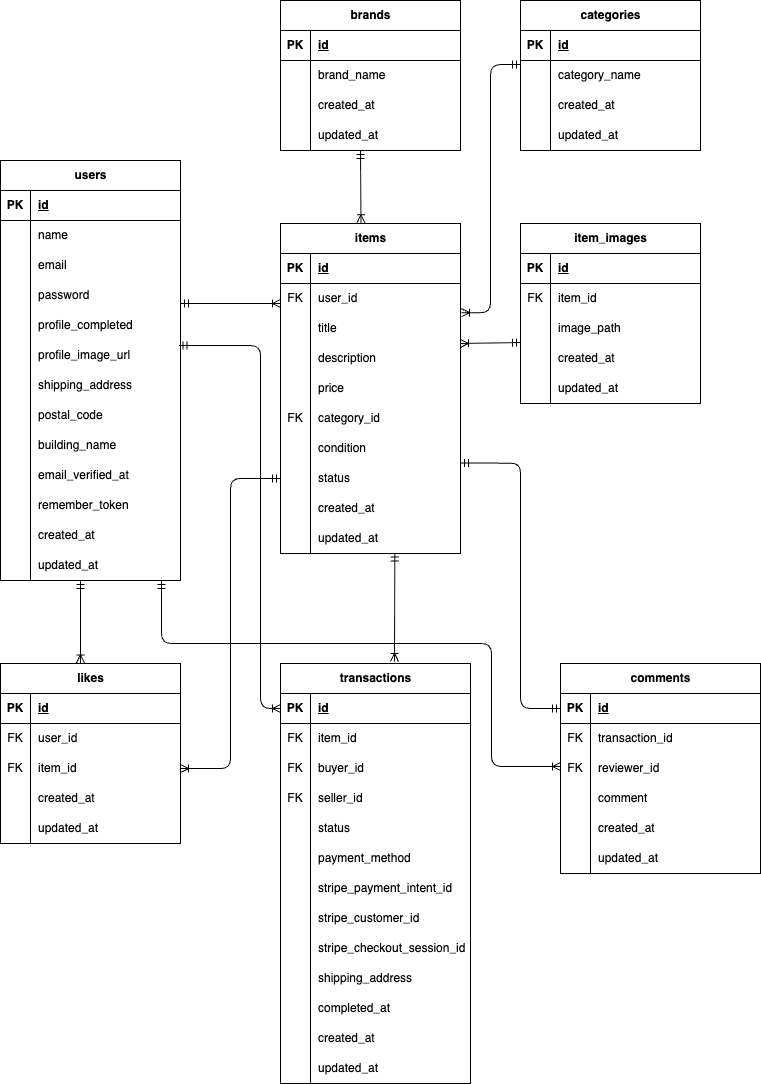
Above: er.drawio.png in S185900/flea-market-app (draw.io), before the change. Source tidied: cells renumbered, new cells last; positions are measured from the earlier drawing's top-left corner, leaving out a move shared by most shapes.
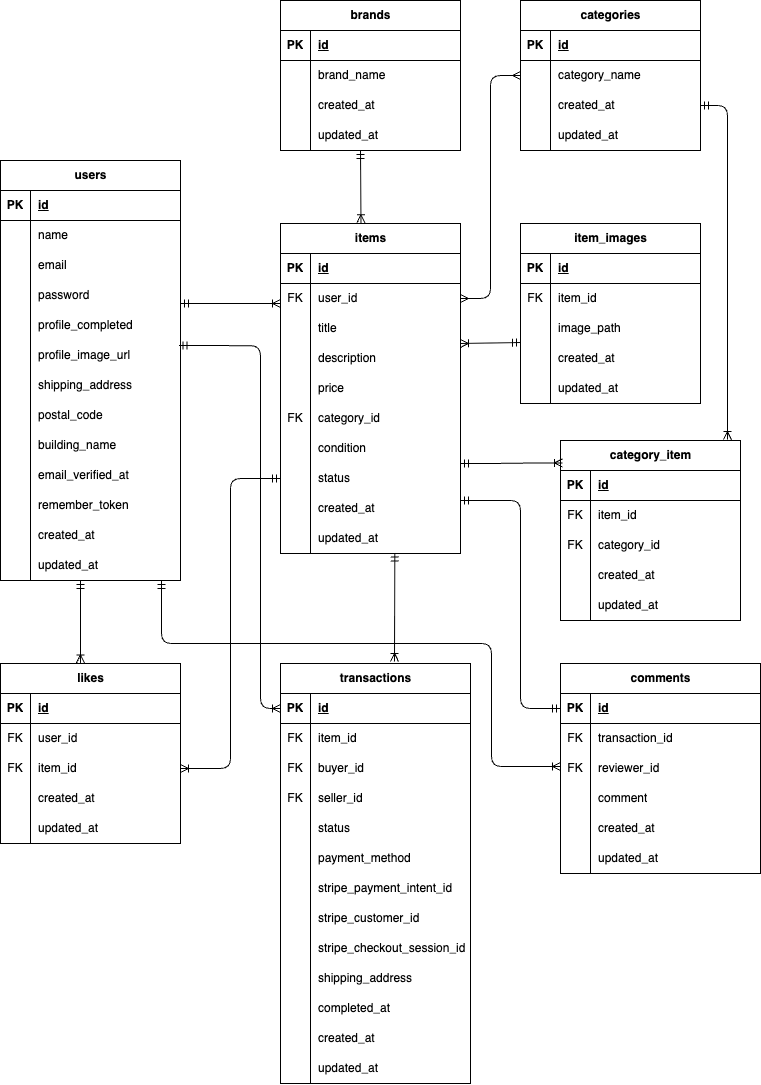
Above is the later version.

What changed in the source:
```diff
@@ -527,11 +527,13 @@
     <mxCell id="176" value="updated_at" style="shape=partialRectangle;fillColor=none;top=0;left=0;bottom=0;right=0;align=left;spacingLeft=6;overflow=hidden;whiteSpace=wrap;html=1;" parent="174" vertex="1">
       <mxGeometry x="30" width="150" height="30" as="geometry" />
     </mxCell>
-    <mxCell id="177" style="edgeStyle=orthogonalEdgeStyle;fontSize=12;html=1;endArrow=ERmandOne;startArrow=ERmandOne;entryX=1;entryY=-0.014;entryDx=0;entryDy=0;entryPerimeter=0;exitX=0;exitY=0.5;exitDx=0;exitDy=0;" parent="1" edge="1" source="143" target="64">
+    <mxCell id="177" style="edgeStyle=orthogonalEdgeStyle;fontSize=12;html=1;endArrow=ERmandOne;startArrow=ERmandOne;exitX=0;exitY=0.5;exitDx=0;exitDy=0;" parent="1" edge="1" source="143">
       <mxGeometry relative="1" as="geometry">
+        <mxPoint x="460" y="500" as="targetPoint" />
         <Array as="points">
           <mxPoint x="520" y="708" />
-          <mxPoint x="520" y="463" />
+          <mxPoint x="520" y="500" />
+          <mxPoint x="460" y="500" />
         </Array>
       </mxGeometry>
     </mxCell>
@@ -541,15 +543,6 @@
         <mxPoint x="280" y="303" as="targetPoint" />
       </mxGeometry>
     </mxCell>
-    <mxCell id="179" style="fontSize=12;html=1;endArrow=ERoneToMany;startArrow=ERmandOne;entryX=1.006;entryY=0.974;entryDx=0;entryDy=0;entryPerimeter=0;edgeStyle=orthogonalEdgeStyle;" parent="1" edge="1" target="46">
-      <mxGeometry relative="1" as="geometry">
-        <mxPoint x="520" y="64" as="sourcePoint" />
-        <Array as="points">
-          <mxPoint x="490" y="64" />
-          <mxPoint x="490" y="312" />
-        </Array>
-      </mxGeometry>
-    </mxCell>
     <mxCell id="180" style="fontSize=12;html=1;endArrow=ERoneToMany;startArrow=ERmandOne;exitX=0.635;exitY=0.986;exitDx=0;exitDy=0;exitPerimeter=0;" parent="1" edge="1" source="70">
       <mxGeometry relative="1" as="geometry">
         <mxPoint x="394" y="661" as="targetPoint" />
@@ -632,5 +625,64 @@
         <mxPoint x="460" y="343" as="targetPoint" />
       </mxGeometry>
     </mxCell>
+    <mxCell id="200" value="category_item" style="shape=table;startSize=30;rowLines=0;fontStyle=1;align=center;html=1;" parent="1" vertex="1">
+      <mxGeometry x="560" y="440" width="180" height="180" as="geometry" />
+    </mxCell>
+    <mxCell id="201" style="shape=tableRow;horizontal=0;startSize=0;swimlaneHead=0;swimlaneBody=0;fillColor=none;top=0;left=0;right=0;bottom=1;" parent="200" vertex="1">
+      <mxGeometry y="30" width="180" height="30" as="geometry" />
+    </mxCell>
+    <mxCell id="202" value="PK" style="shape=partialRectangle;fillColor=none;top=0;left=0;bottom=0;right=0;fontStyle=1;overflow=hidden;whiteSpace=wrap;html=1;" parent="201" vertex="1">
+      <mxGeometry width="30" height="30" as="geometry" />
+    </mxCell>
+    <mxCell id="203" value="id" style="shape=partialRectangle;fillColor=none;top=0;left=0;bottom=0;right=0;align=left;spacingLeft=6;fontStyle=5;overflow=hidden;whiteSpace=wrap;html=1;" parent="201" vertex="1">
+      <mxGeometry x="30" width="150" height="30" as="geometry" />
+    </mxCell>
+    <mxCell id="204" style="shape=tableRow;horizontal=0;startSize=0;swimlaneHead=0;swimlaneBody=0;fillColor=none;top=0;left=0;right=0;bottom=0;" parent="200" vertex="1">
+      <mxGeometry y="60" width="180" height="30" as="geometry" />
+    </mxCell>
+    <mxCell id="205" value="FK" style="shape=partialRectangle;fillColor=none;top=0;left=0;bottom=0;right=0;overflow=hidden;whiteSpace=wrap;html=1;" parent="204" vertex="1">
+      <mxGeometry width="30" height="30" as="geometry" />
+    </mxCell>
+    <mxCell id="206" value="item_id" style="shape=partialRectangle;fillColor=none;top=0;left=0;bottom=0;right=0;align=left;spacingLeft=6;overflow=hidden;whiteSpace=wrap;html=1;" parent="204" vertex="1">
+      <mxGeometry x="30" width="150" height="30" as="geometry" />
+    </mxCell>
+    <mxCell id="207" style="shape=tableRow;horizontal=0;startSize=0;swimlaneHead=0;swimlaneBody=0;fillColor=none;top=0;left=0;right=0;bottom=0;" parent="200" vertex="1">
+      <mxGeometry y="90" width="180" height="30" as="geometry" />
+    </mxCell>
+    <mxCell id="208" value="FK" style="shape=partialRectangle;fillColor=none;top=0;left=0;bottom=0;right=0;overflow=hidden;whiteSpace=wrap;html=1;" parent="207" vertex="1">
+      <mxGeometry width="30" height="30" as="geometry" />
+    </mxCell>
+    <mxCell id="209" value="category_id" style="shape=partialRectangle;fillColor=none;top=0;left=0;bottom=0;right=0;align=left;spacingLeft=6;overflow=hidden;whiteSpace=wrap;html=1;" parent="207" vertex="1">
+      <mxGeometry x="30" width="150" height="30" as="geometry" />
+    </mxCell>
+    <mxCell id="210" style="shape=tableRow;horizontal=0;startSize=0;swimlaneHead=0;swimlaneBody=0;fillColor=none;top=0;left=0;right=0;bottom=0;" parent="200" vertex="1">
+      <mxGeometry y="120" width="180" height="30" as="geometry" />
+    </mxCell>
+    <mxCell id="211" style="shape=partialRectangle;fillColor=none;top=0;left=0;bottom=0;right=0;overflow=hidden;whiteSpace=wrap;html=1;" parent="210" vertex="1">
+      <mxGeometry width="30" height="30" as="geometry" />
+    </mxCell>
+    <mxCell id="212" value="created_at" style="shape=partialRectangle;fillColor=none;top=0;left=0;bottom=0;right=0;align=left;spacingLeft=6;overflow=hidden;whiteSpace=wrap;html=1;" parent="210" vertex="1">
+      <mxGeometry x="30" width="150" height="30" as="geometry" />
+    </mxCell>
+    <mxCell id="213" style="shape=tableRow;horizontal=0;startSize=0;swimlaneHead=0;swimlaneBody=0;fillColor=none;top=0;left=0;right=0;bottom=0;" parent="200" vertex="1">
+      <mxGeometry y="150" width="180" height="30" as="geometry" />
+    </mxCell>
+    <mxCell id="214" style="shape=partialRectangle;fillColor=none;top=0;left=0;bottom=0;right=0;overflow=hidden;whiteSpace=wrap;html=1;" parent="213" vertex="1">
+      <mxGeometry width="30" height="30" as="geometry" />
+    </mxCell>
+    <mxCell id="215" value="updated_at" style="shape=partialRectangle;fillColor=none;top=0;left=0;bottom=0;right=0;align=left;spacingLeft=6;overflow=hidden;whiteSpace=wrap;html=1;" parent="213" vertex="1">
+      <mxGeometry x="30" width="150" height="30" as="geometry" />
+    </mxCell>
+    <mxCell id="216" style="edgeStyle=entityRelationEdgeStyle;fontSize=12;html=1;endArrow=ERoneToMany;startArrow=ERmandOne;entryX=0.011;entryY=0.125;entryDx=0;entryDy=0;entryPerimeter=0;" parent="1" edge="1" target="200">
+      <mxGeometry relative="1" as="geometry">
+        <mxPoint x="460" y="463" as="sourcePoint" />
+      </mxGeometry>
+    </mxCell>
+    <mxCell id="217" style="edgeStyle=orthogonalEdgeStyle;fontSize=12;html=1;endArrow=ERoneToMany;startArrow=ERmandOne;entryX=0.928;entryY=-0.005;entryDx=0;entryDy=0;entryPerimeter=0;exitX=1;exitY=0.5;exitDx=0;exitDy=0;" parent="1" edge="1" source="80" target="200">
+      <mxGeometry relative="1" as="geometry" />
+    </mxCell>
+    <mxCell id="218" style="edgeStyle=entityRelationEdgeStyle;fontSize=12;html=1;endArrow=ERmany;startArrow=ERmany;entryX=0;entryY=0.5;entryDx=0;entryDy=0;exitX=1;exitY=0.5;exitDx=0;exitDy=0;" parent="1" edge="1" source="46" target="77">
+      <mxGeometry relative="1" as="geometry" />
+    </mxCell>
   </root>
 </mxGraphModel>
```
